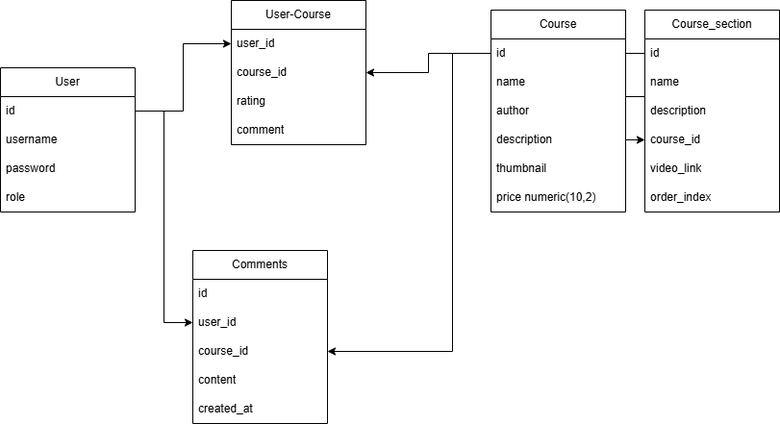
flow-of-water/EnglishForce keeps this draw.io diagram as Biểu đồ không có tiêu đề.drawio.png. Above is the earlier version. Source tidied: cells renumbered, new cells last; positions are measured from the earlier drawing's top-left corner, leaving out a move shared by most shapes.
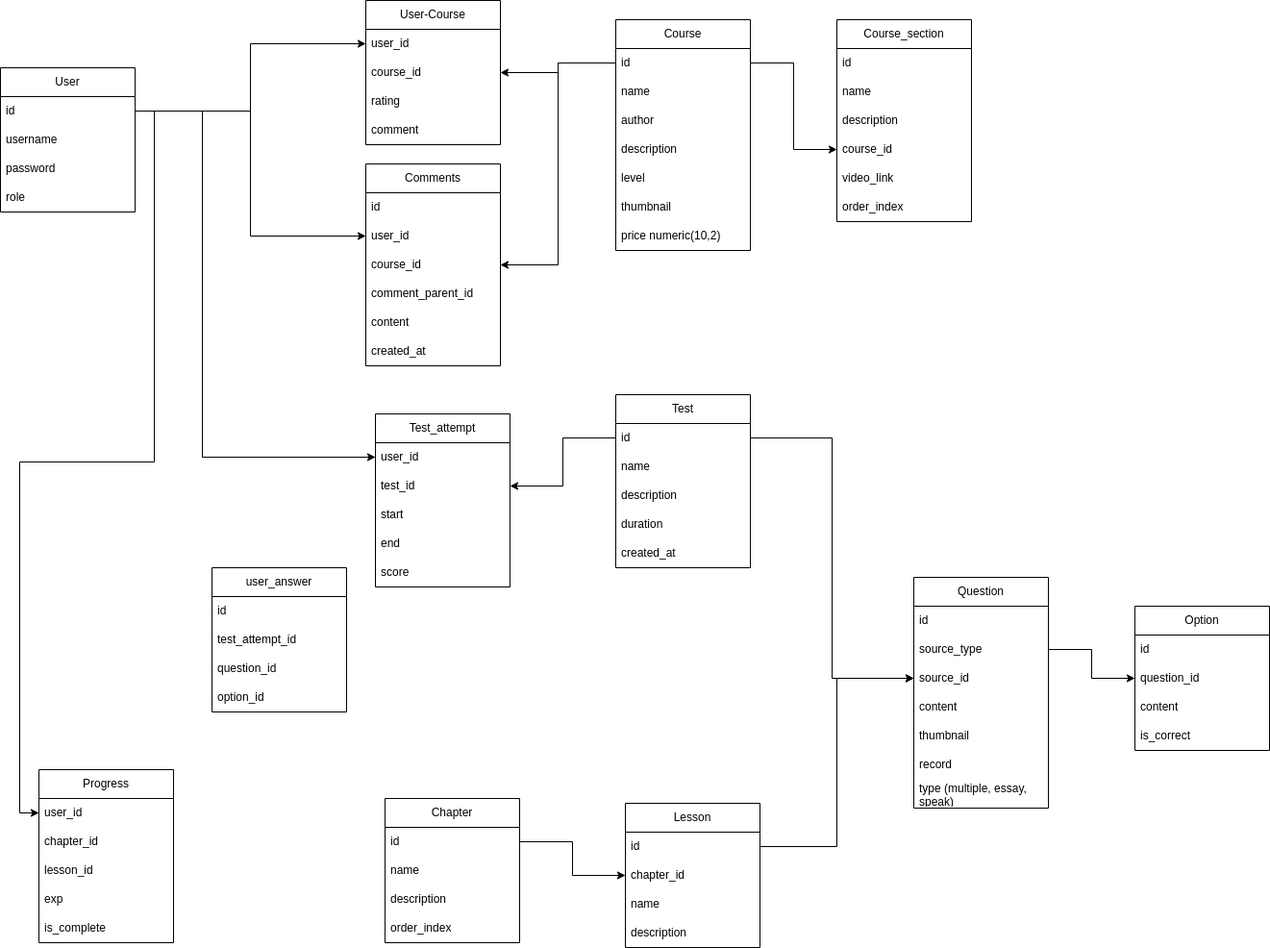
Above is the later version.

The edit, as a diff of the source:
```diff
@@ -5,3 +5,3 @@
     <mxCell id="2" value="User" style="swimlane;fontStyle=0;horizontal=1;startSize=30;whiteSpace=wrap;html=1;" parent="1" vertex="1">
-      <mxGeometry y="70" width="140" height="150" as="geometry" />
+      <mxGeometry y="60" width="140" height="150" as="geometry" />
     </mxCell>
@@ -20,3 +20,3 @@
     <mxCell id="7" value="Course" style="swimlane;fontStyle=0;horizontal=1;startSize=30;whiteSpace=wrap;html=1;" parent="1" vertex="1">
-      <mxGeometry x="510" y="10" width="140" height="210" as="geometry" />
+      <mxGeometry x="640" y="10" width="140" height="240" as="geometry" />
     </mxCell>
@@ -31,13 +31,16 @@
     </mxCell>
+    <mxCell id="37" value="description" style="text;strokeColor=none;fillColor=none;align=left;verticalAlign=middle;spacingLeft=4;spacingRight=4;overflow=hidden;whiteSpace=wrap;html=1;" parent="7" vertex="1">
+      <mxGeometry y="120" width="140" height="30" as="geometry" />
+    </mxCell>
-    <mxCell id="11" value="description" style="text;strokeColor=none;fillColor=none;align=left;verticalAlign=middle;spacingLeft=4;spacingRight=4;overflow=hidden;whiteSpace=wrap;html=1;" parent="7" vertex="1">
-      <mxGeometry y="120" width="140" height="30" as="geometry" />
+    <mxCell id="11" value="level" style="text;strokeColor=none;fillColor=none;align=left;verticalAlign=middle;spacingLeft=4;spacingRight=4;overflow=hidden;whiteSpace=wrap;html=1;" parent="7" vertex="1">
+      <mxGeometry y="150" width="140" height="30" as="geometry" />
     </mxCell>
     <mxCell id="12" value="thumbnail" style="text;strokeColor=none;fillColor=none;align=left;verticalAlign=middle;spacingLeft=4;spacingRight=4;overflow=hidden;whiteSpace=wrap;html=1;" parent="7" vertex="1">
-      <mxGeometry y="150" width="140" height="30" as="geometry" />
+      <mxGeometry y="180" width="140" height="30" as="geometry" />
     </mxCell>
     <mxCell id="13" value="price numeric(10,2)" style="text;strokeColor=none;fillColor=none;align=left;verticalAlign=middle;spacingLeft=4;spacingRight=4;overflow=hidden;whiteSpace=wrap;html=1;" parent="7" vertex="1">
-      <mxGeometry y="180" width="140" height="30" as="geometry" />
+      <mxGeometry y="210" width="140" height="30" as="geometry" />
     </mxCell>
     <mxCell id="14" value="Course_section" style="swimlane;fontStyle=0;horizontal=1;startSize=30;whiteSpace=wrap;html=1;" parent="1" vertex="1">
-      <mxGeometry x="670" y="10" width="140" height="210" as="geometry" />
+      <mxGeometry x="870" y="10" width="140" height="210" as="geometry" />
     </mxCell>
@@ -65,3 +68,3 @@
     <mxCell id="22" value="User-Course" style="swimlane;fontStyle=0;horizontal=1;startSize=30;whiteSpace=wrap;html=1;" parent="1" vertex="1">
-      <mxGeometry x="240" width="140" height="150" as="geometry" />
+      <mxGeometry x="380" y="-10" width="140" height="150" as="geometry" />
     </mxCell>
@@ -86,3 +89,3 @@
     <mxCell id="29" value="Comments" style="swimlane;fontStyle=0;horizontal=1;startSize=30;whiteSpace=wrap;html=1;" parent="1" vertex="1">
-      <mxGeometry x="200" y="260" width="140" height="180" as="geometry" />
+      <mxGeometry x="380" y="160" width="140" height="210" as="geometry" />
     </mxCell>
@@ -94,10 +97,13 @@
     </mxCell>
+    <mxCell id="38" value="course_id" style="text;strokeColor=none;fillColor=none;align=left;verticalAlign=middle;spacingLeft=4;spacingRight=4;overflow=hidden;points=[[0,0.5],[1,0.5]];portConstraint=eastwest;whiteSpace=wrap;html=1;" parent="29" vertex="1">
+      <mxGeometry y="90" width="140" height="30" as="geometry" />
+    </mxCell>
-    <mxCell id="32" value="course_id" style="text;strokeColor=none;fillColor=none;align=left;verticalAlign=middle;spacingLeft=4;spacingRight=4;overflow=hidden;points=[[0,0.5],[1,0.5]];portConstraint=eastwest;whiteSpace=wrap;html=1;" parent="29" vertex="1">
-      <mxGeometry y="90" width="140" height="30" as="geometry" />
+    <mxCell id="32" value="comment_parent_id" style="text;strokeColor=none;fillColor=none;align=left;verticalAlign=middle;spacingLeft=4;spacingRight=4;overflow=hidden;points=[[0,0.5],[1,0.5]];portConstraint=eastwest;whiteSpace=wrap;html=1;" parent="29" vertex="1">
+      <mxGeometry y="120" width="140" height="30" as="geometry" />
     </mxCell>
     <mxCell id="33" value="content" style="text;strokeColor=none;fillColor=none;align=left;verticalAlign=middle;spacingLeft=4;spacingRight=4;overflow=hidden;whiteSpace=wrap;html=1;" parent="29" vertex="1">
-      <mxGeometry y="120" width="140" height="30" as="geometry" />
+      <mxGeometry y="150" width="140" height="30" as="geometry" />
     </mxCell>
     <mxCell id="34" value="created_at" style="text;strokeColor=none;fillColor=none;align=left;verticalAlign=middle;spacingLeft=4;spacingRight=4;overflow=hidden;whiteSpace=wrap;html=1;" parent="29" vertex="1">
-      <mxGeometry y="150" width="140" height="30" as="geometry" />
+      <mxGeometry y="180" width="140" height="30" as="geometry" />
     </mxCell>
@@ -106,10 +112,169 @@
     </mxCell>
-    <mxCell id="36" style="edgeStyle=orthogonalEdgeStyle;rounded=0;jettySize=auto;html=1;exitX=0;exitY=0.5;exitDx=0;exitDy=0;entryX=1;entryY=0.5;entryDx=0;entryDy=0;" parent="1" edge="1" source="8" target="32">
-      <mxGeometry relative="1" as="geometry">
-        <Array as="points">
-          <mxPoint x="470" y="55" />
-          <mxPoint x="470" y="365" />
-        </Array>
-      </mxGeometry>
-    </mxCell>
+    <mxCell id="39" style="edgeStyle=orthogonalEdgeStyle;rounded=0;jettySize=auto;html=1;exitX=0;exitY=0.5;exitDx=0;exitDy=0;entryX=1;entryY=0.5;entryDx=0;entryDy=0;" parent="1" edge="1" source="8" target="38">
+      <mxGeometry relative="1" as="geometry" />
+    </mxCell>
+    <mxCell id="40" value="Test" style="swimlane;fontStyle=0;horizontal=1;startSize=30;whiteSpace=wrap;html=1;" parent="1" vertex="1">
+      <mxGeometry x="640" y="400" width="140" height="180" as="geometry" />
+    </mxCell>
+    <mxCell id="41" value="id" style="text;strokeColor=none;fillColor=none;align=left;verticalAlign=middle;spacingLeft=4;spacingRight=4;overflow=hidden;points=[[0,0.5],[1,0.5]];portConstraint=eastwest;whiteSpace=wrap;html=1;" parent="40" vertex="1">
+      <mxGeometry y="30" width="140" height="30" as="geometry" />
+    </mxCell>
+    <mxCell id="42" value="name" style="text;strokeColor=none;fillColor=none;align=left;verticalAlign=middle;spacingLeft=4;spacingRight=4;overflow=hidden;whiteSpace=wrap;html=1;" parent="40" vertex="1">
+      <mxGeometry y="60" width="140" height="30" as="geometry" />
+    </mxCell>
+    <mxCell id="43" value="description" style="text;strokeColor=none;fillColor=none;align=left;verticalAlign=middle;spacingLeft=4;spacingRight=4;overflow=hidden;whiteSpace=wrap;html=1;" parent="40" vertex="1">
+      <mxGeometry y="90" width="140" height="30" as="geometry" />
+    </mxCell>
+    <mxCell id="44" value="duration" style="text;strokeColor=none;fillColor=none;align=left;verticalAlign=middle;spacingLeft=4;spacingRight=4;overflow=hidden;whiteSpace=wrap;html=1;" parent="40" vertex="1">
+      <mxGeometry y="120" width="140" height="30" as="geometry" />
+    </mxCell>
+    <mxCell id="45" value="created_at" style="text;strokeColor=none;fillColor=none;align=left;verticalAlign=middle;spacingLeft=4;spacingRight=4;overflow=hidden;whiteSpace=wrap;html=1;" parent="40" vertex="1">
+      <mxGeometry y="150" width="140" height="30" as="geometry" />
+    </mxCell>
+    <mxCell id="46" value="Question" style="swimlane;fontStyle=0;horizontal=1;startSize=30;whiteSpace=wrap;html=1;" parent="1" vertex="1">
+      <mxGeometry x="950" y="590" width="140" height="240" as="geometry" />
+    </mxCell>
+    <mxCell id="47" value="id" style="text;strokeColor=none;fillColor=none;align=left;verticalAlign=middle;spacingLeft=4;spacingRight=4;overflow=hidden;whiteSpace=wrap;html=1;" parent="46" vertex="1">
+      <mxGeometry y="30" width="140" height="30" as="geometry" />
+    </mxCell>
+    <mxCell id="48" value="source_type" style="text;strokeColor=none;fillColor=none;align=left;verticalAlign=middle;spacingLeft=4;spacingRight=4;overflow=hidden;points=[[0,0.5],[1,0.5]];portConstraint=eastwest;whiteSpace=wrap;html=1;" parent="46" vertex="1">
+      <mxGeometry y="60" width="140" height="30" as="geometry" />
+    </mxCell>
+    <mxCell id="49" value="source_id" style="text;strokeColor=none;fillColor=none;align=left;verticalAlign=middle;spacingLeft=4;spacingRight=4;overflow=hidden;points=[[0,0.5],[1,0.5]];portConstraint=eastwest;whiteSpace=wrap;html=1;" parent="46" vertex="1">
+      <mxGeometry y="90" width="140" height="30" as="geometry" />
+    </mxCell>
+    <mxCell id="50" value="content" style="text;strokeColor=none;fillColor=none;align=left;verticalAlign=middle;spacingLeft=4;spacingRight=4;overflow=hidden;whiteSpace=wrap;html=1;" parent="46" vertex="1">
+      <mxGeometry y="120" width="140" height="30" as="geometry" />
+    </mxCell>
+    <mxCell id="51" value="thumbnail" style="text;strokeColor=none;fillColor=none;align=left;verticalAlign=middle;spacingLeft=4;spacingRight=4;overflow=hidden;whiteSpace=wrap;html=1;" parent="46" vertex="1">
+      <mxGeometry y="150" width="140" height="30" as="geometry" />
+    </mxCell>
+    <mxCell id="52" value="record" style="text;strokeColor=none;fillColor=none;align=left;verticalAlign=middle;spacingLeft=4;spacingRight=4;overflow=hidden;whiteSpace=wrap;html=1;" parent="46" vertex="1">
+      <mxGeometry y="180" width="140" height="30" as="geometry" />
+    </mxCell>
+    <mxCell id="53" value="type (multiple, essay, speak)" style="text;strokeColor=none;fillColor=none;align=left;verticalAlign=middle;spacingLeft=4;spacingRight=4;overflow=hidden;whiteSpace=wrap;html=1;" parent="46" vertex="1">
+      <mxGeometry y="210" width="140" height="30" as="geometry" />
+    </mxCell>
+    <mxCell id="54" value="Test_attempt" style="swimlane;fontStyle=0;horizontal=1;startSize=30;whiteSpace=wrap;html=1;" parent="1" vertex="1">
+      <mxGeometry x="390" y="420" width="140" height="180" as="geometry" />
+    </mxCell>
+    <mxCell id="55" value="user_id" style="text;strokeColor=none;fillColor=none;align=left;verticalAlign=middle;spacingLeft=4;spacingRight=4;overflow=hidden;points=[[0,0.5],[1,0.5]];portConstraint=eastwest;whiteSpace=wrap;html=1;" parent="54" vertex="1">
+      <mxGeometry y="30" width="140" height="30" as="geometry" />
+    </mxCell>
+    <mxCell id="56" value="test_id" style="text;strokeColor=none;fillColor=none;align=left;verticalAlign=middle;spacingLeft=4;spacingRight=4;overflow=hidden;points=[[0,0.5],[1,0.5]];portConstraint=eastwest;whiteSpace=wrap;html=1;" parent="54" vertex="1">
+      <mxGeometry y="60" width="140" height="30" as="geometry" />
+    </mxCell>
+    <mxCell id="57" value="start" style="text;strokeColor=none;fillColor=none;align=left;verticalAlign=middle;spacingLeft=4;spacingRight=4;overflow=hidden;whiteSpace=wrap;html=1;" parent="54" vertex="1">
+      <mxGeometry y="90" width="140" height="30" as="geometry" />
+    </mxCell>
+    <mxCell id="58" value="end" style="text;strokeColor=none;fillColor=none;align=left;verticalAlign=middle;spacingLeft=4;spacingRight=4;overflow=hidden;whiteSpace=wrap;html=1;" parent="54" vertex="1">
+      <mxGeometry y="120" width="140" height="30" as="geometry" />
+    </mxCell>
+    <mxCell id="59" value="score" style="text;strokeColor=none;fillColor=none;align=left;verticalAlign=middle;spacingLeft=4;spacingRight=4;overflow=hidden;whiteSpace=wrap;html=1;" parent="54" vertex="1">
+      <mxGeometry y="150" width="140" height="30" as="geometry" />
+    </mxCell>
+    <mxCell id="60" style="edgeStyle=orthogonalEdgeStyle;rounded=0;jettySize=auto;html=1;exitX=0;exitY=0.5;exitDx=0;exitDy=0;entryX=1;entryY=0.5;entryDx=0;entryDy=0;" parent="1" edge="1" source="41" target="56">
+      <mxGeometry relative="1" as="geometry" />
+    </mxCell>
+    <mxCell id="61" style="edgeStyle=orthogonalEdgeStyle;rounded=0;jettySize=auto;html=1;exitX=1;exitY=0.5;exitDx=0;exitDy=0;entryX=0;entryY=0.5;entryDx=0;entryDy=0;" parent="1" edge="1" source="41" target="49">
+      <mxGeometry relative="1" as="geometry" />
+    </mxCell>
+    <mxCell id="62" value="Option" style="swimlane;fontStyle=0;horizontal=1;startSize=30;whiteSpace=wrap;html=1;" parent="1" vertex="1">
+      <mxGeometry x="1180" y="620" width="140" height="150" as="geometry" />
+    </mxCell>
+    <mxCell id="63" value="id" style="text;strokeColor=none;fillColor=none;align=left;verticalAlign=middle;spacingLeft=4;spacingRight=4;overflow=hidden;whiteSpace=wrap;html=1;" parent="62" vertex="1">
+      <mxGeometry y="30" width="140" height="30" as="geometry" />
+    </mxCell>
+    <mxCell id="64" value="question_id" style="text;strokeColor=none;fillColor=none;align=left;verticalAlign=middle;spacingLeft=4;spacingRight=4;overflow=hidden;points=[[0,0.5],[1,0.5]];portConstraint=eastwest;whiteSpace=wrap;html=1;" parent="62" vertex="1">
+      <mxGeometry y="60" width="140" height="30" as="geometry" />
+    </mxCell>
+    <mxCell id="65" value="content" style="text;strokeColor=none;fillColor=none;align=left;verticalAlign=middle;spacingLeft=4;spacingRight=4;overflow=hidden;whiteSpace=wrap;html=1;" parent="62" vertex="1">
+      <mxGeometry y="90" width="140" height="30" as="geometry" />
+    </mxCell>
+    <mxCell id="66" value="is_correct" style="text;strokeColor=none;fillColor=none;align=left;verticalAlign=middle;spacingLeft=4;spacingRight=4;overflow=hidden;whiteSpace=wrap;html=1;" parent="62" vertex="1">
+      <mxGeometry y="120" width="140" height="30" as="geometry" />
+    </mxCell>
+    <mxCell id="67" style="edgeStyle=orthogonalEdgeStyle;rounded=0;jettySize=auto;html=1;exitX=1;exitY=0.5;exitDx=0;exitDy=0;entryX=0;entryY=0.5;entryDx=0;entryDy=0;" parent="1" edge="1" source="48" target="64">
+      <mxGeometry relative="1" as="geometry" />
+    </mxCell>
+    <mxCell id="68" value="Chapter" style="swimlane;fontStyle=0;horizontal=1;startSize=30;whiteSpace=wrap;html=1;" parent="1" vertex="1">
+      <mxGeometry x="400" y="820" width="140" height="150" as="geometry" />
+    </mxCell>
+    <mxCell id="69" value="id" style="text;strokeColor=none;fillColor=none;align=left;verticalAlign=middle;spacingLeft=4;spacingRight=4;overflow=hidden;points=[[0,0.5],[1,0.5]];portConstraint=eastwest;whiteSpace=wrap;html=1;" parent="68" vertex="1">
+      <mxGeometry y="30" width="140" height="30" as="geometry" />
+    </mxCell>
+    <mxCell id="70" value="name" style="text;strokeColor=none;fillColor=none;align=left;verticalAlign=middle;spacingLeft=4;spacingRight=4;overflow=hidden;whiteSpace=wrap;html=1;" parent="68" vertex="1">
+      <mxGeometry y="60" width="140" height="30" as="geometry" />
+    </mxCell>
+    <mxCell id="71" value="description" style="text;strokeColor=none;fillColor=none;align=left;verticalAlign=middle;spacingLeft=4;spacingRight=4;overflow=hidden;whiteSpace=wrap;html=1;" parent="68" vertex="1">
+      <mxGeometry y="90" width="140" height="30" as="geometry" />
+    </mxCell>
+    <mxCell id="72" value="order_index" style="text;strokeColor=none;fillColor=none;align=left;verticalAlign=middle;spacingLeft=4;spacingRight=4;overflow=hidden;whiteSpace=wrap;html=1;" parent="68" vertex="1">
+      <mxGeometry y="120" width="140" height="30" as="geometry" />
+    </mxCell>
+    <mxCell id="73" style="edgeStyle=orthogonalEdgeStyle;rounded=0;jettySize=auto;html=1;exitX=1;exitY=0.5;exitDx=0;exitDy=0;entryX=0;entryY=0.5;entryDx=0;entryDy=0;" parent="1" edge="1" source="3" target="55">
+      <mxGeometry relative="1" as="geometry">
+        <Array as="points">
+          <mxPoint x="210" y="105" />
+          <mxPoint x="210" y="465" />
+        </Array>
+      </mxGeometry>
+    </mxCell>
+    <mxCell id="74" value="Lesson" style="swimlane;fontStyle=0;horizontal=1;startSize=30;whiteSpace=wrap;html=1;" parent="1" vertex="1">
+      <mxGeometry x="650" y="825" width="140" height="150" as="geometry" />
+    </mxCell>
+    <mxCell id="75" value="id" style="text;strokeColor=none;fillColor=none;align=left;verticalAlign=middle;spacingLeft=4;spacingRight=4;overflow=hidden;points=[[0,0.5],[1,0.5]];portConstraint=eastwest;whiteSpace=wrap;html=1;" parent="74" vertex="1">
+      <mxGeometry y="30" width="140" height="30" as="geometry" />
+    </mxCell>
+    <mxCell id="76" value="chapter_id" style="text;strokeColor=none;fillColor=none;align=left;verticalAlign=middle;spacingLeft=4;spacingRight=4;overflow=hidden;points=[[0,0.5],[1,0.5]];portConstraint=eastwest;whiteSpace=wrap;html=1;" parent="74" vertex="1">
+      <mxGeometry y="60" width="140" height="30" as="geometry" />
+    </mxCell>
+    <mxCell id="77" value="name" style="text;strokeColor=none;fillColor=none;align=left;verticalAlign=middle;spacingLeft=4;spacingRight=4;overflow=hidden;whiteSpace=wrap;html=1;" parent="74" vertex="1">
+      <mxGeometry y="90" width="140" height="30" as="geometry" />
+    </mxCell>
+    <mxCell id="78" value="description" style="text;strokeColor=none;fillColor=none;align=left;verticalAlign=middle;spacingLeft=4;spacingRight=4;overflow=hidden;whiteSpace=wrap;html=1;" parent="74" vertex="1">
+      <mxGeometry y="120" width="140" height="30" as="geometry" />
+    </mxCell>
+    <mxCell id="79" style="edgeStyle=orthogonalEdgeStyle;rounded=0;jettySize=auto;html=1;exitX=1;exitY=0.5;exitDx=0;exitDy=0;" parent="1" edge="1" source="69" target="76">
+      <mxGeometry relative="1" as="geometry" />
+    </mxCell>
+    <mxCell id="80" style="edgeStyle=orthogonalEdgeStyle;rounded=0;jettySize=auto;html=1;exitX=1;exitY=0.5;exitDx=0;exitDy=0;entryX=0;entryY=0.5;entryDx=0;entryDy=0;" parent="1" edge="1" source="75" target="49">
+      <mxGeometry relative="1" as="geometry" />
+    </mxCell>
+    <mxCell id="81" value="Progress" style="swimlane;fontStyle=0;horizontal=1;startSize=30;whiteSpace=wrap;html=1;" parent="1" vertex="1">
+      <mxGeometry x="40" y="790" width="140" height="180" as="geometry" />
+    </mxCell>
+    <mxCell id="82" value="user_id" style="text;strokeColor=none;fillColor=none;align=left;verticalAlign=middle;spacingLeft=4;spacingRight=4;overflow=hidden;points=[[0,0.5],[1,0.5]];portConstraint=eastwest;whiteSpace=wrap;html=1;" parent="81" vertex="1">
+      <mxGeometry y="30" width="140" height="30" as="geometry" />
+    </mxCell>
+    <mxCell id="83" value="chapter_id" style="text;strokeColor=none;fillColor=none;align=left;verticalAlign=middle;spacingLeft=4;spacingRight=4;overflow=hidden;whiteSpace=wrap;html=1;" parent="81" vertex="1">
+      <mxGeometry y="60" width="140" height="30" as="geometry" />
+    </mxCell>
+    <mxCell id="84" value="lesson_id" style="text;strokeColor=none;fillColor=none;align=left;verticalAlign=middle;spacingLeft=4;spacingRight=4;overflow=hidden;whiteSpace=wrap;html=1;" parent="81" vertex="1">
+      <mxGeometry y="90" width="140" height="30" as="geometry" />
+    </mxCell>
+    <mxCell id="85" value="exp" style="text;strokeColor=none;fillColor=none;align=left;verticalAlign=middle;spacingLeft=4;spacingRight=4;overflow=hidden;whiteSpace=wrap;html=1;" parent="81" vertex="1">
+      <mxGeometry y="120" width="140" height="30" as="geometry" />
+    </mxCell>
+    <mxCell id="86" value="is_complete" style="text;strokeColor=none;fillColor=none;align=left;verticalAlign=middle;spacingLeft=4;spacingRight=4;overflow=hidden;whiteSpace=wrap;html=1;" parent="81" vertex="1">
+      <mxGeometry y="150" width="140" height="30" as="geometry" />
+    </mxCell>
+    <mxCell id="87" style="edgeStyle=orthogonalEdgeStyle;rounded=0;jettySize=auto;html=1;exitX=1;exitY=0.5;exitDx=0;exitDy=0;entryX=0;entryY=0.5;entryDx=0;entryDy=0;" parent="1" edge="1" source="3" target="82">
+      <mxGeometry relative="1" as="geometry" />
+    </mxCell>
+    <mxCell id="88" value="user_answer" style="swimlane;fontStyle=0;horizontal=1;startSize=30;whiteSpace=wrap;html=1;" parent="1" vertex="1">
+      <mxGeometry x="220" y="580" width="140" height="150" as="geometry" />
+    </mxCell>
+    <mxCell id="89" value="id" style="text;strokeColor=none;fillColor=none;align=left;verticalAlign=middle;spacingLeft=4;spacingRight=4;overflow=hidden;whiteSpace=wrap;html=1;" parent="88" vertex="1">
+      <mxGeometry y="30" width="140" height="30" as="geometry" />
+    </mxCell>
+    <mxCell id="90" value="test_attempt_id" style="text;strokeColor=none;fillColor=none;align=left;verticalAlign=middle;spacingLeft=4;spacingRight=4;overflow=hidden;whiteSpace=wrap;html=1;" parent="88" vertex="1">
+      <mxGeometry y="60" width="140" height="30" as="geometry" />
+    </mxCell>
+    <mxCell id="91" value="question_id" style="text;strokeColor=none;fillColor=none;align=left;verticalAlign=middle;spacingLeft=4;spacingRight=4;overflow=hidden;whiteSpace=wrap;html=1;" parent="88" vertex="1">
+      <mxGeometry y="90" width="140" height="30" as="geometry" />
+    </mxCell>
+    <mxCell id="92" value="option_id" style="text;strokeColor=none;fillColor=none;align=left;verticalAlign=middle;spacingLeft=4;spacingRight=4;overflow=hidden;whiteSpace=wrap;html=1;" parent="88" vertex="1">
+      <mxGeometry y="120" width="140" height="30" as="geometry" />
+    </mxCell>
   </root>
```
